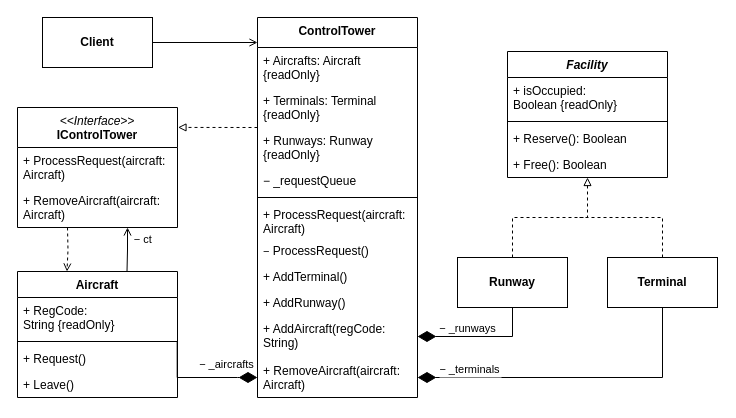
This is Lab_3/Lab_3.drawio from 4lnULpGkuW/OOAD2, a draw.io file, before an edit. Source tidied: cells renumbered, new cells numbered last; positions are measured from the earlier drawing's top-left corner, leaving out a move shared by most shapes. Both pictures are drawn from the tidied source at 100%, with x=0, y=0 at pixel (17, 17).
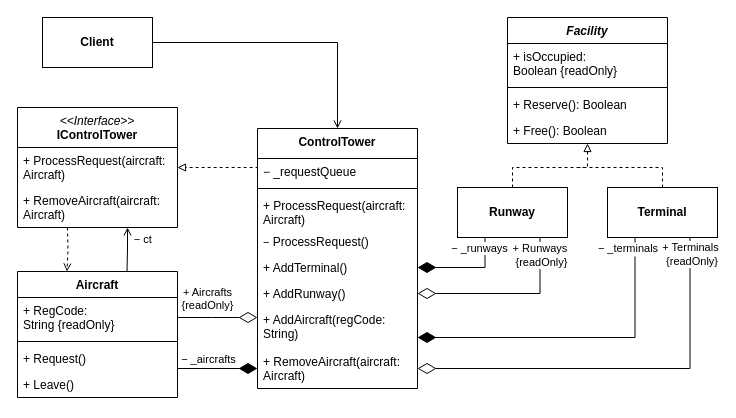
The same diagram, later.

The change refers to these unchanged cells:
```xml
<mxCell id="2" value="&lt;i style=&quot;font-weight: 400;&quot;&gt;&amp;lt;&amp;lt;Interface&amp;gt;&amp;gt;&lt;/i&gt;&lt;br&gt;IControlTower" style="swimlane;fontStyle=1;align=center;verticalAlign=top;horizontal=1;startSize=40;whiteSpace=wrap;html=1;" parent="1" vertex="1">
  <mxGeometry y="90" width="160" height="120" as="geometry" />
</mxCell>
<mxCell id="3" value="+ ProcessRequest(aircraft: Aircraft)" style="text;strokeColor=none;fillColor=none;align=left;verticalAlign=top;spacingLeft=4;spacingRight=4;overflow=hidden;points=[[0,0.5],[1,0.5]];portConstraint=eastwest;whiteSpace=wrap;html=1;" parent="2" vertex="1">
  <mxGeometry y="40" width="160" height="40" as="geometry" />
</mxCell>
<mxCell id="6" value="+ RegCode: String {readOnly}" style="text;strokeColor=none;fillColor=none;align=left;verticalAlign=top;spacingLeft=4;spacingRight=4;overflow=hidden;points=[[0,0.5],[1,0.5]];portConstraint=eastwest;html=1;whiteSpace=wrap;" parent="5" vertex="1">
  <mxGeometry y="26" width="160" height="40" as="geometry" />
</mxCell>
<mxCell id="7" style="line;strokeWidth=1;fillColor=none;align=left;verticalAlign=middle;spacingTop=-1;spacingLeft=3;spacingRight=3;labelPosition=right;points=[];portConstraint=eastwest;strokeColor=inherit;" parent="5" vertex="1">
  <mxGeometry y="66" width="160" height="8" as="geometry" />
</mxCell>
<mxCell id="38" value="&lt;b&gt;Client&lt;/b&gt;" style="html=1;whiteSpace=wrap;" parent="1" vertex="1">
  <mxGeometry x="25" width="110" height="50" as="geometry" />
</mxCell>
```

Change to the diagram source:
```diff
@@
     <mxCell id="10" value="&lt;i&gt;Facility&lt;/i&gt;" style="swimlane;fontStyle=1;align=center;verticalAlign=top;horizontal=1;startSize=26;whiteSpace=wrap;html=1;" parent="1" vertex="1">
-      <mxGeometry x="490" y="34" width="160" height="126" as="geometry" />
+      <mxGeometry x="490" width="160" height="126" as="geometry" />
     </mxCell>
@@
-    <mxCell id="15" style="edgeStyle=orthogonalEdgeStyle;rounded=0;jettySize=auto;html=1;dashed=1;endArrow=block;endFill=0;entryX=0.5;entryY=1;entryDx=0;entryDy=0;" parent="1" edge="1" source="18" target="10">
-      <mxGeometry relative="1" as="geometry" />
+    <mxCell id="15" style="edgeStyle=orthogonalEdgeStyle;rounded=0;jettySize=auto;html=1;dashed=1;endArrow=block;endFill=0;exitX=0.5;exitY=0;exitDx=0;exitDy=0;entryX=0.5;entryY=1;entryDx=0;entryDy=0;" parent="1" edge="1" source="18" target="10">
+      <mxGeometry relative="1" as="geometry">
+        <Array as="points">
+          <mxPoint x="495" y="150" />
+          <mxPoint x="570" y="150" />
+        </Array>
+      </mxGeometry>
     </mxCell>
-    <mxCell id="16" style="edgeStyle=orthogonalEdgeStyle;rounded=0;jettySize=auto;html=1;entryX=1;entryY=0.5;entryDx=0;entryDy=0;endArrow=diamondThin;endFill=1;endSize=16;exitX=0.5;exitY=1;exitDx=0;exitDy=0;" parent="1" edge="1" source="18" target="33">
+    <mxCell id="16" style="edgeStyle=orthogonalEdgeStyle;rounded=0;jettySize=auto;html=1;entryX=1;entryY=0.5;entryDx=0;entryDy=0;endArrow=diamondThin;endFill=1;endSize=16;exitX=0.25;exitY=1;exitDx=0;exitDy=0;" parent="1" edge="1" source="18" target="31">
       <mxGeometry relative="1" as="geometry" />
     </mxCell>
     <mxCell id="17" value="− _runways" style="edgeLabel;html=1;align=center;verticalAlign=middle;" parent="16" vertex="1">
       <mxGeometry x="0.77" y="-1" relative="1" as="geometry">
-        <mxPoint x="35" y="-8" as="offset" />
+        <mxPoint x="50" y="-19" as="offset" />
       </mxGeometry>
     </mxCell>
+    <mxCell id="43" style="edgeStyle=orthogonalEdgeStyle;rounded=0;jettySize=auto;html=1;exitX=0.75;exitY=1;exitDx=0;exitDy=0;entryX=1;entryY=0.5;entryDx=0;entryDy=0;endArrow=diamondThin;endFill=0;endSize=16;" parent="1" edge="1" source="18" target="32">
+      <mxGeometry relative="1" as="geometry" />
+    </mxCell>
+    <mxCell id="44" value="+ Runways&amp;nbsp;&lt;br&gt;{readOnly}" style="edgeLabel;html=1;align=center;verticalAlign=middle;" parent="43" vertex="1">
+      <mxGeometry x="-0.58" y="1" relative="1" as="geometry">
+        <mxPoint y="-20" as="offset" />
+      </mxGeometry>
+    </mxCell>
     <mxCell id="18" value="&lt;span style=&quot;font-weight: 700;&quot;&gt;Runway&lt;/span&gt;" style="html=1;whiteSpace=wrap;" parent="1" vertex="1">
-      <mxGeometry x="440" y="240" width="110" height="50" as="geometry" />
+      <mxGeometry x="440" y="170" width="110" height="50" as="geometry" />
     </mxCell>
     <mxCell id="19" style="edgeStyle=orthogonalEdgeStyle;rounded=0;jettySize=auto;html=1;endArrow=none;startFill=0;dashed=1;" parent="1" edge="1" source="22">
       <mxGeometry relative="1" as="geometry">
-        <mxPoint x="560" y="200" as="targetPoint" />
+        <mxPoint x="560" y="150" as="targetPoint" />
         <Array as="points">
-          <mxPoint x="645" y="200" />
+          <mxPoint x="645" y="150" />
+          <mxPoint x="560" y="150" />
         </Array>
       </mxGeometry>
     </mxCell>
-    <mxCell id="20" style="edgeStyle=orthogonalEdgeStyle;rounded=0;jettySize=auto;html=1;entryX=1;entryY=0.5;entryDx=0;entryDy=0;endArrow=diamondThin;endFill=1;endSize=16;" parent="1" edge="1" source="22" target="34">
+    <mxCell id="20" style="edgeStyle=orthogonalEdgeStyle;rounded=0;jettySize=auto;html=1;entryX=1;entryY=0.5;entryDx=0;entryDy=0;endArrow=diamondThin;endFill=1;endSize=16;exitX=0.25;exitY=1;exitDx=0;exitDy=0;" parent="1" edge="1" source="22">
       <mxGeometry relative="1" as="geometry">
+        <mxPoint x="400" y="320" as="targetPoint" />
         <Array as="points">
-          <mxPoint x="645" y="360" />
+          <mxPoint x="618" y="320" />
         </Array>
       </mxGeometry>
     </mxCell>
     <mxCell id="21" value="− _terminals" style="edgeLabel;align=center;verticalAlign=middle;horizontal=1;" parent="20" vertex="1">
       <mxGeometry x="0.85" y="-2" relative="1" as="geometry">
-        <mxPoint x="28" y="-7" as="offset" />
+        <mxPoint x="187" y="-88" as="offset" />
       </mxGeometry>
     </mxCell>
     <mxCell id="22" value="&lt;span style=&quot;font-weight: 700;&quot;&gt;Terminal&lt;/span&gt;" style="html=1;whiteSpace=wrap;" parent="1" vertex="1">
-      <mxGeometry x="590" y="240" width="110" height="50" as="geometry" />
+      <mxGeometry x="590" y="170" width="110" height="50" as="geometry" />
     </mxCell>
     <mxCell id="23" value="ControlTower" style="swimlane;fontStyle=1;align=center;verticalAlign=top;horizontal=1;startSize=30;whiteSpace=wrap;html=1;" parent="1" vertex="1">
-      <mxGeometry x="240" width="160" height="380" as="geometry" />
+      <mxGeometry x="240" y="111" width="160" height="260" as="geometry" />
     </mxCell>
-    <mxCell id="24" value="+ Aircrafts: Aircraft {readOnly}" style="text;strokeColor=none;fillColor=none;align=left;verticalAlign=top;spacingLeft=4;spacingRight=4;overflow=hidden;whiteSpace=wrap;html=1;" parent="23" vertex="1">
-      <mxGeometry y="30" width="160" height="40" as="geometry" />
-    </mxCell>
-    <mxCell id="25" value="+ Terminals: Terminal {readOnly}" style="text;strokeColor=none;fillColor=none;align=left;verticalAlign=top;spacingLeft=4;spacingRight=4;overflow=hidden;whiteSpace=wrap;html=1;" parent="23" vertex="1">
-      <mxGeometry y="70" width="160" height="40" as="geometry" />
-    </mxCell>
-    <mxCell id="26" value="+ Runways: Runway {readOnly}" style="text;strokeColor=none;fillColor=none;align=left;verticalAlign=top;spacingLeft=4;spacingRight=4;overflow=hidden;whiteSpace=wrap;html=1;" parent="23" vertex="1">
-      <mxGeometry y="110" width="160" height="40" as="geometry" />
-    </mxCell>
     <mxCell id="27" value="− _requestQueue" style="text;strokeColor=none;fillColor=none;align=left;verticalAlign=top;spacingLeft=4;spacingRight=4;overflow=hidden;points=[[0,0.5],[1,0.5]];portConstraint=eastwest;whiteSpace=wrap;html=1;" parent="23" vertex="1">
-      <mxGeometry y="150" width="160" height="26" as="geometry" />
+      <mxGeometry y="30" width="160" height="26" as="geometry" />
     </mxCell>
     <mxCell id="28" style="line;strokeWidth=1;fillColor=none;align=left;verticalAlign=middle;spacingTop=-1;spacingLeft=3;spacingRight=3;labelPosition=right;strokeColor=inherit;" parent="23" vertex="1">
-      <mxGeometry y="176" width="160" height="8" as="geometry" />
+      <mxGeometry y="56" width="160" height="8" as="geometry" />
     </mxCell>
     <mxCell id="29" value="+ ProcessRequest(aircraft: Aircraft)" style="text;strokeColor=none;fillColor=none;align=left;verticalAlign=top;spacingLeft=4;spacingRight=4;overflow=hidden;whiteSpace=wrap;html=1;" parent="23" vertex="1">
-      <mxGeometry y="184" width="160" height="36" as="geometry" />
+      <mxGeometry y="64" width="160" height="36" as="geometry" />
     </mxCell>
     <mxCell id="30" value="&lt;span style=&quot;text-wrap-mode: nowrap; font-size: 11px; text-align: center; background-color: rgb(255, 255, 255);&quot;&gt;−&lt;/span&gt;&amp;nbsp;ProcessRequest()" style="text;strokeColor=none;fillColor=none;align=left;verticalAlign=top;spacingLeft=4;spacingRight=4;overflow=hidden;whiteSpace=wrap;html=1;" parent="23" vertex="1">
-      <mxGeometry y="220" width="160" height="26" as="geometry" />
+      <mxGeometry y="100" width="160" height="26" as="geometry" />
     </mxCell>
     <mxCell id="31" value="+ AddTerminal()" style="text;strokeColor=none;fillColor=none;align=left;verticalAlign=top;spacingLeft=4;spacingRight=4;overflow=hidden;points=[[0,0.5],[1,0.5]];portConstraint=eastwest;whiteSpace=wrap;html=1;" parent="23" vertex="1">
-      <mxGeometry y="246" width="160" height="26" as="geometry" />
+      <mxGeometry y="126" width="160" height="26" as="geometry" />
     </mxCell>
     <mxCell id="32" value="+ AddRunway()" style="text;strokeColor=none;fillColor=none;align=left;verticalAlign=top;spacingLeft=4;spacingRight=4;overflow=hidden;points=[[0,0.5],[1,0.5]];portConstraint=eastwest;whiteSpace=wrap;html=1;" parent="23" vertex="1">
-      <mxGeometry y="272" width="160" height="26" as="geometry" />
+      <mxGeometry y="152" width="160" height="26" as="geometry" />
     </mxCell>
     <mxCell id="33" value="+ AddAircraft(regCode: String)" style="text;strokeColor=none;fillColor=none;align=left;verticalAlign=top;spacingLeft=4;spacingRight=4;overflow=hidden;points=[[0,0.5],[1,0.5]];portConstraint=eastwest;whiteSpace=wrap;html=1;" parent="23" vertex="1">
-      <mxGeometry y="298" width="160" height="42" as="geometry" />
+      <mxGeometry y="178" width="160" height="42" as="geometry" />
     </mxCell>
     <mxCell id="34" value="+ RemoveAircraft(aircraft: Aircraft)" style="text;strokeColor=none;fillColor=none;align=left;verticalAlign=top;spacingLeft=4;spacingRight=4;overflow=hidden;points=[[0,0.5],[1,0.5]];portConstraint=eastwest;whiteSpace=wrap;html=1;" parent="23" vertex="1">
-      <mxGeometry y="340" width="160" height="40" as="geometry" />
+      <mxGeometry y="220" width="160" height="40" as="geometry" />
     </mxCell>
-    <mxCell id="35" style="edgeStyle=orthogonalEdgeStyle;rounded=0;jettySize=auto;html=1;endArrow=diamondThin;endFill=1;endSize=16;entryX=0;entryY=0.5;entryDx=0;entryDy=0;exitX=0.998;exitY=0.492;exitDx=0;exitDy=0;exitPerimeter=0;" parent="1" edge="1" source="7" target="34">
+    <mxCell id="35" style="edgeStyle=orthogonalEdgeStyle;rounded=0;orthogonalLoop=1;jettySize=auto;html=1;endArrow=diamondThin;endFill=1;endSize=16;entryX=0;entryY=0.5;entryDx=0;entryDy=0;" parent="1" edge="1">
       <mxGeometry relative="1" as="geometry">
+        <mxPoint x="160" y="360" as="sourcePoint" />
+        <mxPoint x="240" y="351" as="targetPoint" />
         <Array as="points">
-          <mxPoint x="220" y="360" />
-          <mxPoint x="220" y="360" />
+          <mxPoint x="160" y="351" />
         </Array>
       </mxGeometry>
     </mxCell>
     <mxCell id="36" value="− _aircrafts" style="edgeLabel;html=1;align=center;verticalAlign=middle;" parent="35" vertex="1">
       <mxGeometry x="0.85" y="-1" relative="1" as="geometry">
-        <mxPoint x="-23" y="-15" as="offset" />
+        <mxPoint x="-43" y="-11" as="offset" />
       </mxGeometry>
     </mxCell>
-    <mxCell id="37" style="edgeStyle=orthogonalEdgeStyle;rounded=0;jettySize=auto;html=1;endArrow=open;endFill=0;" parent="1" edge="1" source="38">
-      <mxGeometry relative="1" as="geometry">
-        <mxPoint x="240" y="25" as="targetPoint" />
-      </mxGeometry>
+    <mxCell id="37" style="edgeStyle=orthogonalEdgeStyle;rounded=0;jettySize=auto;html=1;endArrow=open;endFill=0;entryX=0.5;entryY=0;entryDx=0;entryDy=0;" parent="1" edge="1" source="38" target="23">
+      <mxGeometry relative="1" as="geometry" />
     </mxCell>
@@
-    <mxCell id="41" style="edgeStyle=orthogonalEdgeStyle;rounded=0;jettySize=auto;html=1;endArrow=block;endFill=0;dashed=1;entryX=1.003;entryY=0.166;entryDx=0;entryDy=0;entryPerimeter=0;" parent="1" edge="1" target="2">
+    <mxCell id="41" style="edgeStyle=orthogonalEdgeStyle;rounded=0;jettySize=auto;html=1;endArrow=block;endFill=0;dashed=1;entryX=1;entryY=0.5;entryDx=0;entryDy=0;exitX=0;exitY=0.302;exitDx=0;exitDy=0;exitPerimeter=0;" parent="1" edge="1" source="27" target="3">
       <mxGeometry relative="1" as="geometry">
-        <mxPoint x="240" y="110" as="sourcePoint" />
         <Array as="points">
-          <mxPoint x="237" y="110" />
-          <mxPoint x="200" y="110" />
+          <mxPoint x="240" y="150" />
         </Array>
       </mxGeometry>
     </mxCell>
@@
+    <mxCell id="45" style="edgeStyle=orthogonalEdgeStyle;rounded=0;jettySize=auto;html=1;exitX=1;exitY=0.5;exitDx=0;exitDy=0;endArrow=diamondThin;endFill=0;endSize=16;" parent="1" edge="1" source="6">
+      <mxGeometry relative="1" as="geometry">
+        <mxPoint x="240" y="300" as="targetPoint" />
+      </mxGeometry>
+    </mxCell>
+    <mxCell id="46" value="+ Aircrafts&#10;{readOnly}" style="edgeLabel;align=center;verticalAlign=middle;" parent="45" vertex="1">
+      <mxGeometry x="-0.86" relative="1" as="geometry">
+        <mxPoint x="24" y="-20" as="offset" />
+      </mxGeometry>
+    </mxCell>
+    <mxCell id="47" style="edgeStyle=orthogonalEdgeStyle;rounded=0;jettySize=auto;html=1;exitX=0.75;exitY=1;exitDx=0;exitDy=0;entryX=1;entryY=0.5;entryDx=0;entryDy=0;endArrow=diamondThin;endFill=0;endSize=16;" parent="1" edge="1" source="22" target="34">
+      <mxGeometry relative="1" as="geometry" />
+    </mxCell>
+    <mxCell id="48" value="+ Terminals&lt;br style=&quot;padding: 0px; margin: 0px;&quot;&gt;&amp;nbsp;{readOnly}" style="edgeLabel;html=1;align=center;verticalAlign=middle;" parent="47" vertex="1">
+      <mxGeometry x="-0.82" relative="1" as="geometry">
+        <mxPoint y="-20" as="offset" />
+      </mxGeometry>
+    </mxCell>
```
